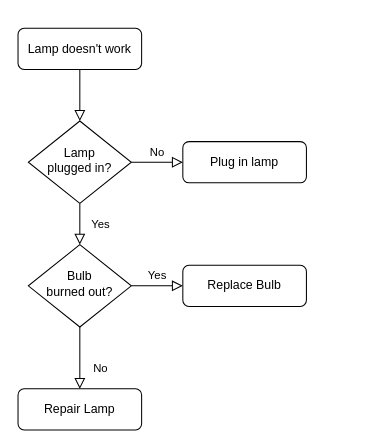
Above: 未命名绘图.drawio in TG-GOD/AI- (draw.io), before the change. Source tidied: cells renumbered, new cells numbered last; positions are measured from the earlier drawing's top-left corner, leaving out a move shared by most shapes. Both pictures are drawn from the tidied source at 103%, with x=0, y=0 at pixel (18, 28).
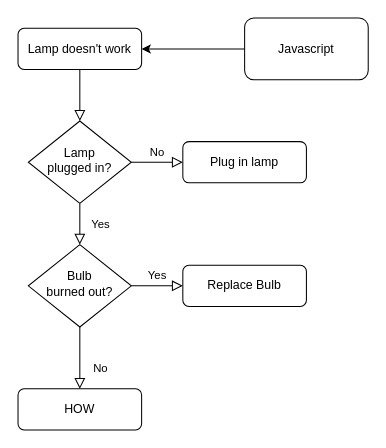
Above is the later version.

Commit message:
更新未命名绘图.drawio

Change to the diagram source:
```diff
@@
 <mxGraphModel>
   <root>
     <mxCell id="0" />
     <mxCell id="1" parent="0" />
     <mxCell id="2" style="rounded=0;html=1;jettySize=auto;fontSize=11;endArrow=block;endFill=0;endSize=8;strokeWidth=1;shadow=0;labelBackgroundColor=none;edgeStyle=orthogonalEdgeStyle;" parent="1" edge="1" source="3" target="6">
       <mxGeometry relative="1" as="geometry" />
     </mxCell>
     <mxCell id="3" value="Lamp doesn't work" style="rounded=1;whiteSpace=wrap;html=1;fontSize=12;glass=0;strokeWidth=1;shadow=0;" parent="1" vertex="1">
       <mxGeometry width="120" height="40" as="geometry" />
     </mxCell>
     <mxCell id="4" value="Yes" style="rounded=0;html=1;jettySize=auto;fontSize=11;endArrow=block;endFill=0;endSize=8;strokeWidth=1;shadow=0;labelBackgroundColor=none;edgeStyle=orthogonalEdgeStyle;" parent="1" edge="1" source="6" target="10">
       <mxGeometry y="20" relative="1" as="geometry" />
     </mxCell>
     <mxCell id="5" value="No" style="edgeStyle=orthogonalEdgeStyle;rounded=0;html=1;jettySize=auto;fontSize=11;endArrow=block;endFill=0;endSize=8;strokeWidth=1;shadow=0;labelBackgroundColor=none;" parent="1" edge="1" source="6" target="7">
       <mxGeometry y="10" relative="1" as="geometry" />
     </mxCell>
     <mxCell id="6" value="Lamp&lt;br&gt;plugged in?" style="rhombus;whiteSpace=wrap;html=1;shadow=0;fontFamily=Helvetica;fontSize=12;align=center;strokeWidth=1;spacing=6;spacingTop=-4;" parent="1" vertex="1">
       <mxGeometry x="10" y="90" width="100" height="80" as="geometry" />
     </mxCell>
     <mxCell id="7" value="Plug in lamp" style="rounded=1;whiteSpace=wrap;html=1;fontSize=12;glass=0;strokeWidth=1;shadow=0;" parent="1" vertex="1">
       <mxGeometry x="160" y="110" width="120" height="40" as="geometry" />
     </mxCell>
     <mxCell id="8" value="No" style="rounded=0;html=1;jettySize=auto;fontSize=11;endArrow=block;endFill=0;endSize=8;strokeWidth=1;shadow=0;labelBackgroundColor=none;edgeStyle=orthogonalEdgeStyle;" parent="1" edge="1" source="10" target="11">
       <mxGeometry x="0.33" y="20" relative="1" as="geometry" />
     </mxCell>
     <mxCell id="9" value="Yes" style="edgeStyle=orthogonalEdgeStyle;rounded=0;html=1;jettySize=auto;fontSize=11;endArrow=block;endFill=0;endSize=8;strokeWidth=1;shadow=0;labelBackgroundColor=none;" parent="1" edge="1" source="10" target="12">
       <mxGeometry y="10" relative="1" as="geometry" />
     </mxCell>
     <mxCell id="10" value="Bulb&lt;br&gt;burned out?" style="rhombus;whiteSpace=wrap;html=1;shadow=0;fontFamily=Helvetica;fontSize=12;align=center;strokeWidth=1;spacing=6;spacingTop=-4;" parent="1" vertex="1">
       <mxGeometry x="10" y="210" width="100" height="80" as="geometry" />
     </mxCell>
-    <mxCell id="11" value="Repair Lamp" style="rounded=1;whiteSpace=wrap;html=1;fontSize=12;glass=0;strokeWidth=1;shadow=0;" parent="1" vertex="1">
+    <mxCell id="11" value="HOW" style="rounded=1;whiteSpace=wrap;html=1;fontSize=12;glass=0;strokeWidth=1;shadow=0;" parent="1" vertex="1">
       <mxGeometry y="350" width="120" height="40" as="geometry" />
     </mxCell>
     <mxCell id="12" value="Replace Bulb" style="rounded=1;whiteSpace=wrap;html=1;fontSize=12;glass=0;strokeWidth=1;shadow=0;" parent="1" vertex="1">
       <mxGeometry x="160" y="230" width="120" height="40" as="geometry" />
     </mxCell>
+    <mxCell id="13" style="edgeStyle=orthogonalEdgeStyle;rounded=0;jettySize=auto;html=1;" parent="1" edge="1" source="14" target="3">
+      <mxGeometry relative="1" as="geometry" />
+    </mxCell>
+    <mxCell id="14" value="Javascript" style="rounded=1;whiteSpace=wrap;html=1;" parent="1" vertex="1">
+      <mxGeometry x="220" y="-10" width="120" height="60" as="geometry" />
+    </mxCell>
   </root>
 </mxGraphModel>
```
